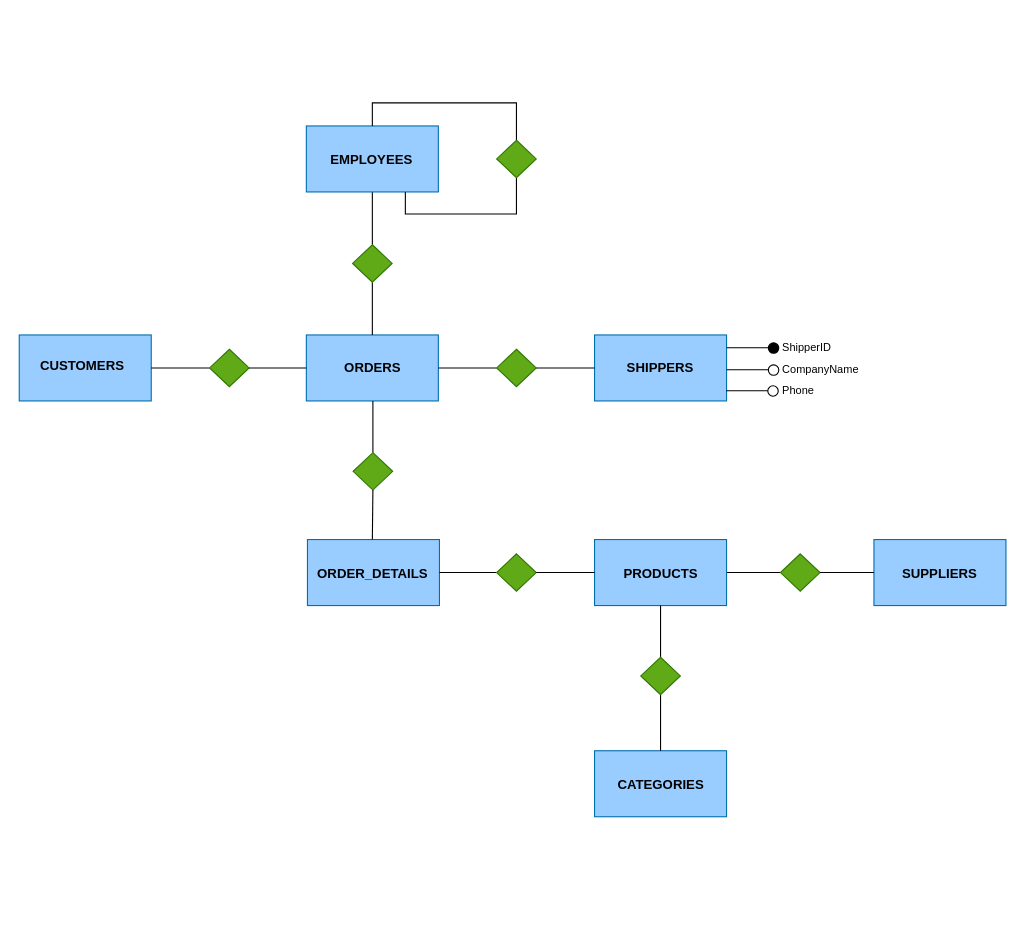
Earlier version of the draw.io diagram er_scheme.drawio (davideticchiarelli01/DWH-challenge). Source tidied: cells renumbered, new cells numbered last; positions are measured from the earlier drawing's top-left corner, leaving out a move shared by most shapes. Both pictures are drawn from the tidied source at 110%, with x=0, y=0 at pixel (19, 102).
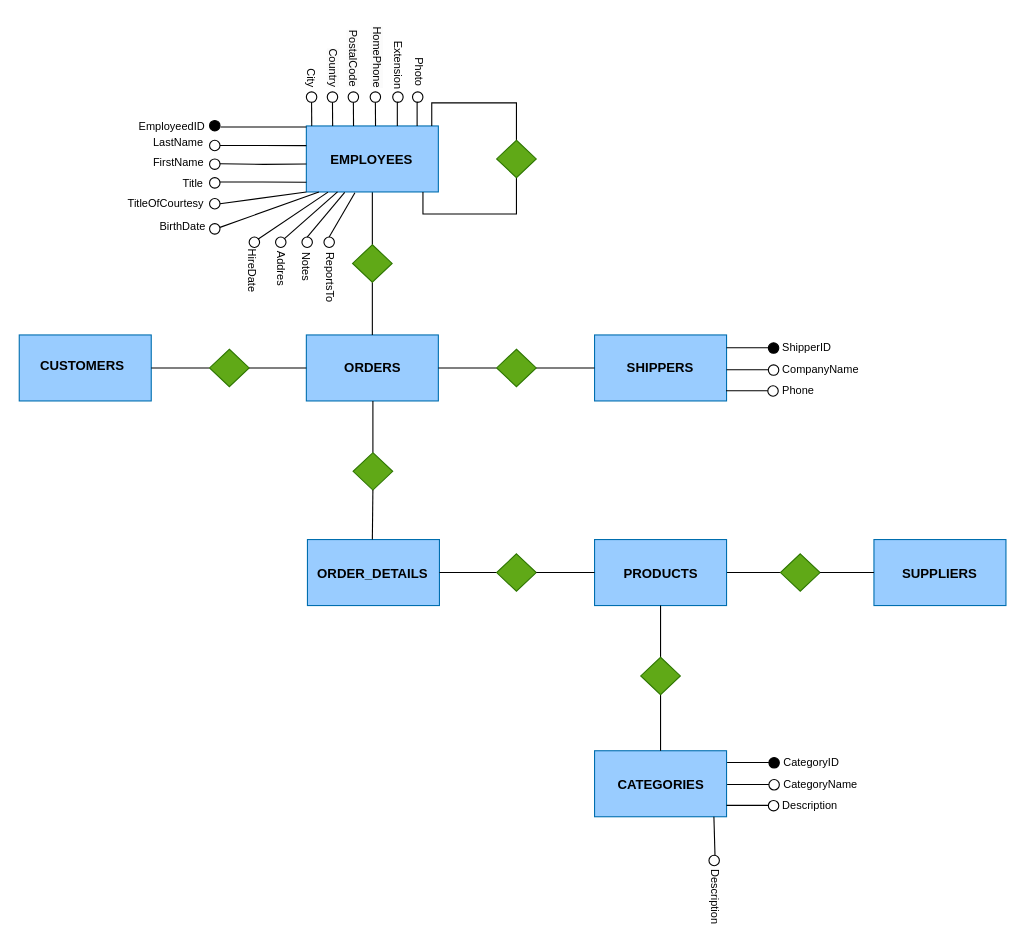
After the change.

Unchanged cells that the change refers to:
```xml
<mxCell id="36" style="rounded=0;whiteSpace=wrap;html=1;fillColor=#99CCFF;fontColor=#ffffff;strokeColor=#006EAF;" parent="1" vertex="1">
  <mxGeometry x="261" y="21" width="120" height="60" as="geometry" />
</mxCell>
<mxCell id="37" value="&lt;b&gt;EMPLOYEES&lt;/b&gt;" style="text;html=1;align=center;verticalAlign=middle;whiteSpace=wrap;rounded=0;" parent="1" vertex="1">
  <mxGeometry x="261" y="22" width="119" height="59" as="geometry" />
</mxCell>
<mxCell id="41" style="rhombus;whiteSpace=wrap;html=1;fillColor=#60a917;strokeColor=#2D7600;fontColor=#ffffff;" parent="1" vertex="1">
  <mxGeometry x="434" y="34" width="36" height="34" as="geometry" />
</mxCell>
```

Change to the diagram source:
```diff
@@
-    <mxCell id="39" style="edgeStyle=orthogonalEdgeStyle;rounded=0;jettySize=auto;html=1;exitX=0.5;exitY=1;exitDx=0;exitDy=0;endArrow=none;startFill=0;entryX=0.75;entryY=1;entryDx=0;entryDy=0;" parent="1" edge="1" source="41" target="36">
-      <mxGeometry relative="1" as="geometry" />
+    <mxCell id="39" style="edgeStyle=orthogonalEdgeStyle;rounded=0;jettySize=auto;html=1;exitX=0.5;exitY=1;exitDx=0;exitDy=0;endArrow=none;startFill=0;" parent="1" edge="1" source="41">
+      <mxGeometry relative="1" as="geometry">
+        <mxPoint x="367" y="81" as="targetPoint" />
+        <Array as="points">
+          <mxPoint x="452" y="101" />
+          <mxPoint x="367" y="101" />
+          <mxPoint x="367" y="81" />
+        </Array>
+      </mxGeometry>
     </mxCell>
-    <mxCell id="40" style="edgeStyle=orthogonalEdgeStyle;rounded=0;jettySize=auto;html=1;exitX=0.5;exitY=0;exitDx=0;exitDy=0;entryX=0.5;entryY=0;entryDx=0;entryDy=0;endArrow=none;startFill=0;" parent="1" edge="1" target="36">
+    <mxCell id="40" style="edgeStyle=orthogonalEdgeStyle;rounded=0;orthogonalLoop=1;jettySize=auto;html=1;exitX=0.5;exitY=0;exitDx=0;exitDy=0;endArrow=none;startFill=0;" parent="1" edge="1">
       <mxGeometry relative="1" as="geometry">
         <mxPoint x="452" y="34" as="sourcePoint" />
+        <mxPoint x="375" y="21" as="targetPoint" />
         <Array as="points">
           <mxPoint x="452" />
-          <mxPoint x="321" />
+          <mxPoint x="375" />
+          <mxPoint x="375" y="21" />
         </Array>
       </mxGeometry>
     </mxCell>
@@
+    <mxCell id="51" style="edgeStyle=orthogonalEdgeStyle;rounded=0;orthogonalLoop=1;jettySize=auto;html=1;exitX=1;exitY=0.5;exitDx=0;exitDy=0;endArrow=none;startFill=0;" parent="1" edge="1">
+      <mxGeometry relative="1" as="geometry">
+        <mxPoint x="643.5" y="599.7" as="sourcePoint" />
+        <mxPoint x="681.5" y="600" as="targetPoint" />
+      </mxGeometry>
+    </mxCell>
+    <mxCell id="52" style="ellipse;whiteSpace=wrap;html=1;fillStyle=auto;fillColor=#000000;" parent="1" vertex="1">
+      <mxGeometry x="681.5" y="595.2" width="9.5" height="9.5" as="geometry" />
+    </mxCell>
+    <mxCell id="53" value="&lt;font style=&quot;font-size: 10px;&quot;&gt;CategoryID&lt;/font&gt;" style="text;html=1;align=left;verticalAlign=middle;whiteSpace=wrap;rounded=0;" parent="1" vertex="1">
+      <mxGeometry x="692.5" y="589" width="55" height="20" as="geometry" />
+    </mxCell>
+    <mxCell id="54" style="edgeStyle=orthogonalEdgeStyle;rounded=0;orthogonalLoop=1;jettySize=auto;html=1;exitX=1;exitY=0.5;exitDx=0;exitDy=0;endArrow=none;startFill=0;" parent="1" edge="1">
+      <mxGeometry relative="1" as="geometry">
+        <mxPoint x="643.5" y="619.7" as="sourcePoint" />
+        <mxPoint x="681.5" y="620" as="targetPoint" />
+      </mxGeometry>
+    </mxCell>
+    <mxCell id="55" style="ellipse;whiteSpace=wrap;html=1;fillStyle=auto;fillColor=none;" parent="1" vertex="1">
+      <mxGeometry x="681.5" y="615.2" width="9.5" height="9.5" as="geometry" />
+    </mxCell>
+    <mxCell id="56" value="&lt;font style=&quot;font-size: 10px;&quot;&gt;CategoryName&lt;/font&gt;" style="text;html=1;align=left;verticalAlign=middle;whiteSpace=wrap;rounded=0;" parent="1" vertex="1">
+      <mxGeometry x="692.5" y="609" width="83" height="20" as="geometry" />
+    </mxCell>
+    <mxCell id="57" style="edgeStyle=orthogonalEdgeStyle;rounded=0;orthogonalLoop=1;jettySize=auto;html=1;exitX=1;exitY=0.5;exitDx=0;exitDy=0;endArrow=none;startFill=0;" parent="1" edge="1">
+      <mxGeometry relative="1" as="geometry">
+        <mxPoint x="643" y="638.7" as="sourcePoint" />
+        <mxPoint x="681" y="639" as="targetPoint" />
+      </mxGeometry>
+    </mxCell>
+    <mxCell id="58" style="ellipse;whiteSpace=wrap;html=1;fillStyle=auto;fillColor=none;" parent="1" vertex="1">
+      <mxGeometry x="681" y="634.2" width="9.5" height="9.5" as="geometry" />
+    </mxCell>
+    <mxCell id="59" value="&lt;font style=&quot;font-size: 10px;&quot;&gt;Description&lt;/font&gt;" style="text;html=1;align=left;verticalAlign=middle;whiteSpace=wrap;rounded=0;" parent="1" vertex="1">
+      <mxGeometry x="692" y="628" width="83" height="20" as="geometry" />
+    </mxCell>
+    <mxCell id="60" style="ellipse;whiteSpace=wrap;html=1;fillStyle=auto;fillColor=none;labelPosition=right;verticalLabelPosition=middle;align=left;verticalAlign=middle;textDirection=ltr;" parent="1" vertex="1">
+      <mxGeometry x="627" y="684" width="9.5" height="9.5" as="geometry" />
+    </mxCell>
+    <mxCell id="61" style="edgeStyle=orthogonalEdgeStyle;rounded=0;orthogonalLoop=1;jettySize=auto;html=1;exitX=1;exitY=0.5;exitDx=0;exitDy=0;endArrow=none;startFill=0;" parent="1" edge="1">
+      <mxGeometry relative="1" as="geometry">
+        <mxPoint x="631.5" y="649" as="sourcePoint" />
+        <mxPoint x="632.5" y="684.3" as="targetPoint" />
+        <Array as="points">
+          <mxPoint x="631.5" y="684.3" />
+        </Array>
+      </mxGeometry>
+    </mxCell>
+    <mxCell id="62" style="ellipse;whiteSpace=wrap;html=1;fillStyle=auto;fillColor=#000000;" parent="1" vertex="1">
+      <mxGeometry x="173" y="16" width="9.5" height="9.5" as="geometry" />
+    </mxCell>
+    <mxCell id="63" value="&lt;font style=&quot;font-size: 10px;&quot;&gt;EmployeedID&lt;/font&gt;" style="text;html=1;align=left;verticalAlign=middle;whiteSpace=wrap;rounded=0;" parent="1" vertex="1">
+      <mxGeometry x="107" y="10.8" width="55" height="20" as="geometry" />
+    </mxCell>
+    <mxCell id="64" style="edgeStyle=orthogonalEdgeStyle;rounded=0;jettySize=auto;html=1;exitX=1;exitY=0.5;exitDx=0;exitDy=0;endArrow=none;startFill=0;" parent="1" edge="1" source="65">
+      <mxGeometry relative="1" as="geometry">
+        <mxPoint x="261" y="38.9" as="targetPoint" />
+      </mxGeometry>
+    </mxCell>
+    <mxCell id="65" style="ellipse;whiteSpace=wrap;html=1;fillStyle=auto;fillColor=none;" parent="1" vertex="1">
+      <mxGeometry x="173" y="34" width="9.5" height="9.5" as="geometry" />
+    </mxCell>
+    <mxCell id="66" value="&lt;font style=&quot;font-size: 10px;&quot;&gt;LastName&lt;/font&gt;" style="text;html=1;align=left;verticalAlign=middle;whiteSpace=wrap;rounded=0;" parent="1" vertex="1">
+      <mxGeometry x="120" y="25.5" width="53" height="20" as="geometry" />
+    </mxCell>
+    <mxCell id="67" style="edgeStyle=orthogonalEdgeStyle;rounded=0;orthogonalLoop=1;jettySize=auto;html=1;exitX=1;exitY=0.5;exitDx=0;exitDy=0;endArrow=none;startFill=0;" parent="1" edge="1">
+      <mxGeometry relative="1" as="geometry">
+        <mxPoint x="182.5" y="55.4" as="sourcePoint" />
+        <mxPoint x="261" y="55.6" as="targetPoint" />
+      </mxGeometry>
+    </mxCell>
+    <mxCell id="68" style="ellipse;whiteSpace=wrap;html=1;fillStyle=auto;fillColor=none;" parent="1" vertex="1">
+      <mxGeometry x="173" y="51" width="9.5" height="9.5" as="geometry" />
+    </mxCell>
+    <mxCell id="69" value="&lt;font style=&quot;font-size: 10px;&quot;&gt;FirstName&lt;/font&gt;" style="text;html=1;align=left;verticalAlign=middle;whiteSpace=wrap;rounded=0;" parent="1" vertex="1">
+      <mxGeometry x="120" y="43.5" width="36" height="20" as="geometry" />
+    </mxCell>
+    <mxCell id="70" style="edgeStyle=orthogonalEdgeStyle;rounded=0;orthogonalLoop=1;jettySize=auto;html=1;exitX=1;exitY=0.5;exitDx=0;exitDy=0;endArrow=none;startFill=0;" parent="1" edge="1">
+      <mxGeometry relative="1" as="geometry">
+        <mxPoint x="182.5" y="72" as="sourcePoint" />
+        <mxPoint x="261" y="72.2" as="targetPoint" />
+        <Array as="points">
+          <mxPoint x="221" y="72" />
+        </Array>
+      </mxGeometry>
+    </mxCell>
+    <mxCell id="71" style="ellipse;whiteSpace=wrap;html=1;fillStyle=auto;fillColor=none;" parent="1" vertex="1">
+      <mxGeometry x="173" y="68" width="9.5" height="9.5" as="geometry" />
+    </mxCell>
+    <mxCell id="72" style="rounded=0;jettySize=auto;html=1;exitX=1;exitY=0.5;exitDx=0;exitDy=0;endArrow=none;startFill=0;entryX=0;entryY=1;entryDx=0;entryDy=0;" parent="1" edge="1" source="73" target="37">
+      <mxGeometry relative="1" as="geometry" />
+    </mxCell>
+    <mxCell id="73" style="ellipse;whiteSpace=wrap;html=1;fillStyle=auto;fillColor=none;" parent="1" vertex="1">
+      <mxGeometry x="173" y="87" width="9.5" height="9.5" as="geometry" />
+    </mxCell>
+    <mxCell id="74" style="edgeStyle=orthogonalEdgeStyle;rounded=0;orthogonalLoop=1;jettySize=auto;html=1;endArrow=none;startFill=0;" parent="1" edge="1">
+      <mxGeometry relative="1" as="geometry">
+        <mxPoint x="183" y="22" as="sourcePoint" />
+        <mxPoint x="261" y="22" as="targetPoint" />
+      </mxGeometry>
+    </mxCell>
+    <mxCell id="75" style="rounded=0;orthogonalLoop=1;jettySize=auto;html=1;endArrow=none;startFill=0;entryX=0.096;entryY=1.003;entryDx=0;entryDy=0;entryPerimeter=0;exitX=1;exitY=0;exitDx=0;exitDy=0;" parent="1" edge="1">
+      <mxGeometry relative="1" as="geometry">
+        <mxPoint x="182.5" y="113.2" as="sourcePoint" />
+        <mxPoint x="272.4" y="81" as="targetPoint" />
+      </mxGeometry>
+    </mxCell>
+    <mxCell id="76" style="ellipse;whiteSpace=wrap;html=1;fillStyle=auto;fillColor=none;" parent="1" vertex="1">
+      <mxGeometry x="173" y="109.8" width="9.5" height="9.5" as="geometry" />
+    </mxCell>
+    <mxCell id="77" style="rounded=0;jettySize=auto;html=1;exitX=1;exitY=0.5;exitDx=0;exitDy=0;endArrow=none;startFill=0;entryX=0.164;entryY=1.003;entryDx=0;entryDy=0;entryPerimeter=0;" parent="1" edge="1" target="36">
+      <mxGeometry relative="1" as="geometry">
+        <mxPoint x="217" y="124" as="sourcePoint" />
+      </mxGeometry>
+    </mxCell>
+    <mxCell id="78" style="ellipse;whiteSpace=wrap;html=1;fillStyle=auto;fillColor=none;" parent="1" vertex="1">
+      <mxGeometry x="209" y="122" width="9.5" height="9.5" as="geometry" />
+    </mxCell>
+    <mxCell id="79" style="rounded=0;jettySize=auto;html=1;endArrow=none;startFill=0;entryX=0.238;entryY=1;entryDx=0;entryDy=0;entryPerimeter=0;exitX=1;exitY=0;exitDx=0;exitDy=0;" parent="1" edge="1" source="80" target="37">
+      <mxGeometry relative="1" as="geometry" />
+    </mxCell>
+    <mxCell id="80" style="ellipse;whiteSpace=wrap;html=1;fillStyle=auto;fillColor=none;" parent="1" vertex="1">
+      <mxGeometry x="233" y="122" width="9.5" height="9.5" as="geometry" />
+    </mxCell>
+    <mxCell id="81" value="&lt;font style=&quot;font-size: 10px;&quot;&gt;Title&lt;/font&gt;" style="text;html=1;align=left;verticalAlign=middle;whiteSpace=wrap;rounded=0;" parent="1" vertex="1">
+      <mxGeometry x="146.5" y="62.8" width="36" height="20" as="geometry" />
+    </mxCell>
+    <mxCell id="82" value="&lt;span style=&quot;font-size: 10px;&quot;&gt;TitleOfCourtesy&lt;/span&gt;" style="text;whiteSpace=wrap;html=1;" parent="1" vertex="1">
+      <mxGeometry x="97" y="77" width="47" height="10" as="geometry" />
+    </mxCell>
+    <mxCell id="83" value="&lt;font style=&quot;font-size: 10px;&quot;&gt;BirthDate&lt;/font&gt;" style="text;html=1;align=left;verticalAlign=middle;whiteSpace=wrap;rounded=0;" parent="1" vertex="1">
+      <mxGeometry x="126" y="102" width="36" height="20" as="geometry" />
+    </mxCell>
+    <mxCell id="84" value="&lt;font style=&quot;font-size: 10px;&quot;&gt;HireDate&lt;/font&gt;" style="text;html=1;align=left;verticalAlign=middle;whiteSpace=wrap;rounded=0;textDirection=vertical-lr;" parent="1" vertex="1">
+      <mxGeometry x="202" y="143" width="36" height="20" as="geometry" />
+    </mxCell>
+    <mxCell id="85" value="&lt;font style=&quot;font-size: 10px;&quot;&gt;Addres&lt;/font&gt;" style="text;html=1;align=left;verticalAlign=middle;whiteSpace=wrap;rounded=0;textDirection=vertical-lr;" parent="1" vertex="1">
+      <mxGeometry x="228" y="141" width="36" height="20" as="geometry" />
+    </mxCell>
+    <mxCell id="86" style="edgeStyle=orthogonalEdgeStyle;rounded=0;jettySize=auto;html=1;endArrow=none;startFill=0;exitX=0.5;exitY=1;exitDx=0;exitDy=0;" parent="1" edge="1" source="87">
+      <mxGeometry relative="1" as="geometry">
+        <mxPoint x="265.9" y="21" as="targetPoint" />
+      </mxGeometry>
+    </mxCell>
+    <mxCell id="87" style="ellipse;whiteSpace=wrap;html=1;fillStyle=auto;fillColor=none;" parent="1" vertex="1">
+      <mxGeometry x="261" y="-10" width="9.5" height="9.5" as="geometry" />
+    </mxCell>
+    <mxCell id="88" value="&lt;font&gt;City&lt;/font&gt;" style="text;html=1;align=left;verticalAlign=middle;whiteSpace=wrap;rounded=0;textDirection=vertical-rl;fontSize=10;" parent="1" vertex="1">
+      <mxGeometry x="257" y="-32" width="28" height="20" as="geometry" />
+    </mxCell>
+    <mxCell id="89" style="edgeStyle=orthogonalEdgeStyle;rounded=0;jettySize=auto;html=1;endArrow=none;startFill=0;exitX=0.5;exitY=1;exitDx=0;exitDy=0;" parent="1" edge="1" source="90">
+      <mxGeometry relative="1" as="geometry">
+        <mxPoint x="284.9" y="21" as="targetPoint" />
+      </mxGeometry>
+    </mxCell>
+    <mxCell id="90" style="ellipse;whiteSpace=wrap;html=1;fillStyle=auto;fillColor=none;" parent="1" vertex="1">
+      <mxGeometry x="280" y="-10" width="9.5" height="9.5" as="geometry" />
+    </mxCell>
+    <mxCell id="91" style="edgeStyle=orthogonalEdgeStyle;rounded=0;jettySize=auto;html=1;endArrow=none;startFill=0;exitX=0.5;exitY=1;exitDx=0;exitDy=0;" parent="1" edge="1" source="92">
+      <mxGeometry relative="1" as="geometry">
+        <mxPoint x="303.9" y="21" as="targetPoint" />
+      </mxGeometry>
+    </mxCell>
+    <mxCell id="92" style="ellipse;whiteSpace=wrap;html=1;fillStyle=auto;fillColor=none;" parent="1" vertex="1">
+      <mxGeometry x="299" y="-10" width="9.5" height="9.5" as="geometry" />
+    </mxCell>
+    <mxCell id="93" style="edgeStyle=orthogonalEdgeStyle;rounded=0;jettySize=auto;html=1;endArrow=none;startFill=0;exitX=0.5;exitY=1;exitDx=0;exitDy=0;" parent="1" edge="1" source="94">
+      <mxGeometry relative="1" as="geometry">
+        <mxPoint x="323.9" y="21" as="targetPoint" />
+      </mxGeometry>
+    </mxCell>
+    <mxCell id="94" style="ellipse;whiteSpace=wrap;html=1;fillStyle=auto;fillColor=none;" parent="1" vertex="1">
+      <mxGeometry x="319" y="-10" width="9.5" height="9.5" as="geometry" />
+    </mxCell>
+    <mxCell id="95" style="edgeStyle=orthogonalEdgeStyle;rounded=0;orthogonalLoop=1;jettySize=auto;html=1;endArrow=none;startFill=0;exitX=0.5;exitY=1;exitDx=0;exitDy=0;" parent="1" edge="1">
+      <mxGeometry relative="1" as="geometry">
+        <mxPoint x="344.8" y="-0.5" as="sourcePoint" />
+        <mxPoint x="343.7" y="21" as="targetPoint" />
+        <Array as="points">
+          <mxPoint x="343.6" />
+        </Array>
+      </mxGeometry>
+    </mxCell>
+    <mxCell id="96" style="ellipse;whiteSpace=wrap;html=1;fillStyle=auto;fillColor=none;" parent="1" vertex="1">
+      <mxGeometry x="339.5" y="-10" width="9.5" height="9.5" as="geometry" />
+    </mxCell>
+    <mxCell id="97" value="&lt;span style=&quot;color: rgb(0, 0, 0); font-family: Helvetica; font-style: normal; font-variant-ligatures: normal; font-variant-caps: normal; font-weight: 400; letter-spacing: normal; orphans: 2; text-align: left; text-indent: 0px; text-transform: none; widows: 2; word-spacing: 0px; -webkit-text-stroke-width: 0px; white-space: normal; background-color: rgb(251, 251, 251); text-decoration-thickness: initial; text-decoration-style: initial; text-decoration-color: initial; float: none; display: inline !important;&quot;&gt;&lt;font&gt;Country&lt;/font&gt;&lt;/span&gt;" style="text;whiteSpace=wrap;html=1;fontSize=10;textDirection=vertical-rl;" parent="1" vertex="1">
+      <mxGeometry x="277" y="-56" width="45" height="20" as="geometry" />
+    </mxCell>
+    <mxCell id="98" value="&lt;span style=&quot;color: rgb(0, 0, 0); font-family: Helvetica; font-style: normal; font-variant-ligatures: normal; font-variant-caps: normal; font-weight: 400; letter-spacing: normal; orphans: 2; text-align: left; text-indent: 0px; text-transform: none; widows: 2; word-spacing: 0px; -webkit-text-stroke-width: 0px; white-space: normal; background-color: rgb(251, 251, 251); text-decoration-thickness: initial; text-decoration-style: initial; text-decoration-color: initial; float: none; display: inline !important;&quot;&gt;&lt;font&gt;PostalCode&lt;/font&gt;&lt;/span&gt;" style="text;whiteSpace=wrap;html=1;fontSize=10;textDirection=vertical-lr;" parent="1" vertex="1">
+      <mxGeometry x="294.5" y="-73" width="45" height="20" as="geometry" />
+    </mxCell>
+    <mxCell id="99" value="&lt;span style=&quot;color: rgb(0, 0, 0); font-family: Helvetica; font-style: normal; font-variant-ligatures: normal; font-variant-caps: normal; font-weight: 400; letter-spacing: normal; orphans: 2; text-align: left; text-indent: 0px; text-transform: none; widows: 2; word-spacing: 0px; -webkit-text-stroke-width: 0px; white-space: normal; background-color: rgb(251, 251, 251); text-decoration-thickness: initial; text-decoration-style: initial; text-decoration-color: initial; float: none; display: inline !important;&quot;&gt;&lt;font&gt;HomePhone&lt;/font&gt;&lt;/span&gt;" style="text;whiteSpace=wrap;html=1;fontSize=10;textDirection=vertical-lr;" parent="1" vertex="1">
+      <mxGeometry x="317" y="-76" width="45" height="20" as="geometry" />
+    </mxCell>
+    <mxCell id="100" value="&lt;span&gt;Extension&lt;/span&gt;" style="text;whiteSpace=wrap;html=1;textDirection=vertical-lr;fontSize=10;" parent="1" vertex="1">
+      <mxGeometry x="336" y="-63" width="72" height="31" as="geometry" />
+    </mxCell>
+    <mxCell id="101" value="&lt;font style=&quot;font-size: 10px;&quot;&gt;Description&lt;/font&gt;" style="text;html=1;align=left;verticalAlign=middle;whiteSpace=wrap;rounded=0;textDirection=vertical-lr;" parent="1" vertex="1">
+      <mxGeometry x="623" y="712" width="83" height="20" as="geometry" />
+    </mxCell>
+    <mxCell id="102" style="rounded=0;jettySize=auto;html=1;exitX=0.5;exitY=0;exitDx=0;exitDy=0;endArrow=none;startFill=0;entryX=0.293;entryY=1.007;entryDx=0;entryDy=0;entryPerimeter=0;" parent="1" edge="1" source="103" target="37">
+      <mxGeometry relative="1" as="geometry" />
+    </mxCell>
+    <mxCell id="103" style="ellipse;whiteSpace=wrap;html=1;fillStyle=auto;fillColor=none;" parent="1" vertex="1">
+      <mxGeometry x="257" y="122" width="9.5" height="9.5" as="geometry" />
+    </mxCell>
+    <mxCell id="104" style="rounded=0;jettySize=auto;html=1;endArrow=none;startFill=0;entryX=0.371;entryY=1.012;entryDx=0;entryDy=0;entryPerimeter=0;exitX=0.5;exitY=0;exitDx=0;exitDy=0;" parent="1" edge="1" source="105" target="37">
+      <mxGeometry relative="1" as="geometry" />
+    </mxCell>
+    <mxCell id="105" style="ellipse;whiteSpace=wrap;html=1;fillStyle=auto;fillColor=none;" parent="1" vertex="1">
+      <mxGeometry x="277" y="122" width="9.5" height="9.5" as="geometry" />
+    </mxCell>
+    <mxCell id="106" value="&lt;span style=&quot;font-size: 10px;&quot;&gt;Notes&lt;/span&gt;" style="text;html=1;align=left;verticalAlign=middle;whiteSpace=wrap;rounded=0;textDirection=vertical-lr;" parent="1" vertex="1">
+      <mxGeometry x="250.5" y="139" width="36" height="20" as="geometry" />
+    </mxCell>
+    <mxCell id="107" value="&lt;font style=&quot;font-size: 10px;&quot;&gt;ReportsTo&lt;/font&gt;" style="text;html=1;align=left;verticalAlign=middle;whiteSpace=wrap;rounded=0;textDirection=vertical-lr;" parent="1" vertex="1">
+      <mxGeometry x="272.5" y="149" width="36" height="20" as="geometry" />
+    </mxCell>
+    <mxCell id="108" style="edgeStyle=orthogonalEdgeStyle;rounded=0;orthogonalLoop=1;jettySize=auto;html=1;endArrow=none;startFill=0;exitX=0.5;exitY=1;exitDx=0;exitDy=0;" parent="1" edge="1">
+      <mxGeometry relative="1" as="geometry">
+        <mxPoint x="362.8" y="-0.5" as="sourcePoint" />
+        <mxPoint x="361.7" y="21" as="targetPoint" />
+        <Array as="points">
+          <mxPoint x="361.6" />
+        </Array>
+      </mxGeometry>
+    </mxCell>
+    <mxCell id="109" style="ellipse;whiteSpace=wrap;html=1;fillStyle=auto;fillColor=none;" parent="1" vertex="1">
+      <mxGeometry x="357.5" y="-10" width="9.5" height="9.5" as="geometry" />
+    </mxCell>
+    <mxCell id="110" value="&lt;span&gt;Photo&lt;/span&gt;" style="text;whiteSpace=wrap;html=1;textDirection=vertical-lr;fontSize=10;" parent="1" vertex="1">
+      <mxGeometry x="355" y="-48" width="27" height="36" as="geometry" />
+    </mxCell>
```
